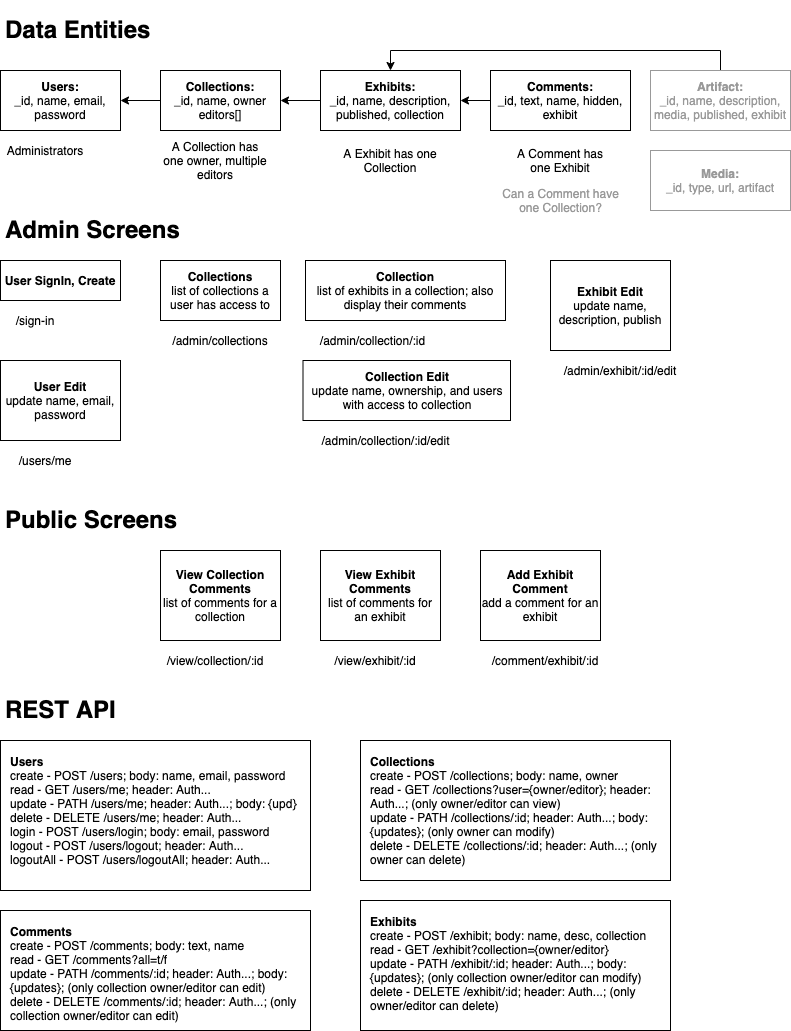
Earlier version of the draw.io export InteractiveExhibit-design.png (stellarjaydoc/architecture). Source tidied: cells renumbered, new cells last; positions are measured from the earlier drawing's top-left corner, leaving out a move shared by most shapes.
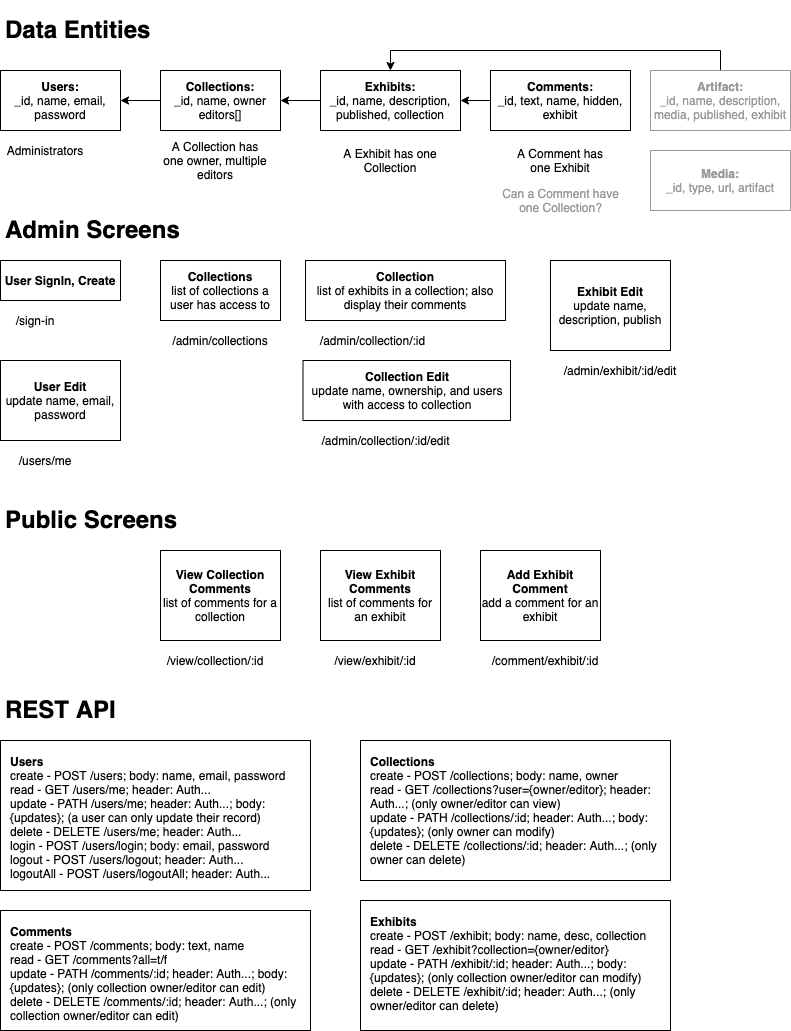
Later version of the same file.

Change to the diagram source:
```diff
@@ -113,7 +113,7 @@
     <mxCell id="38" value="&lt;b&gt;Media:&lt;/b&gt;&lt;br&gt;_id, type, url, artifact" style="rounded=0;whiteSpace=wrap;html=1;strokeColor=#999999;fontColor=#999999;" parent="1" vertex="1">
       <mxGeometry x="650" y="140" width="140" height="60" as="geometry" />
     </mxCell>
-    <mxCell id="39" value="&lt;b&gt;Users&lt;/b&gt;&lt;br&gt;create - POST /users; body: name, email, password&lt;br&gt;read - GET /users/me; header: Auth...&lt;br&gt;update - PATH /users/me; header: Auth...; body: {upd}&lt;br&gt;delete - DELETE /users/me; header: Auth...&lt;br&gt;login - POST /users/login; body: email, password&amp;nbsp;&lt;br&gt;logout - POST /users/logout;&amp;nbsp;header: Auth...&lt;br&gt;logoutAll - POST /users/logoutAll;&amp;nbsp;header: Auth..." style="rounded=0;whiteSpace=wrap;html=1;align=left;spacing=10;verticalAlign=top;" parent="1" vertex="1">
+    <mxCell id="39" value="&lt;b&gt;Users&lt;/b&gt;&lt;br&gt;create - POST /users; body: name, email, password&lt;br&gt;read - GET /users/me; header: Auth...&lt;br&gt;update - PATH /users/me; header: Auth...; body: {updates}; (a user can only update their record)&lt;br&gt;delete - DELETE /users/me; header: Auth...&lt;br&gt;login - POST /users/login; body: email, password&amp;nbsp;&lt;br&gt;logout - POST /users/logout;&amp;nbsp;header: Auth...&lt;br&gt;logoutAll - POST /users/logoutAll;&amp;nbsp;header: Auth..." style="rounded=0;whiteSpace=wrap;html=1;align=left;spacing=10;verticalAlign=top;" parent="1" vertex="1">
       <mxGeometry y="730" width="310" height="150" as="geometry" />
     </mxCell>
     <mxCell id="40" value="&lt;h1&gt;REST API&lt;/h1&gt;" style="text;html=1;strokeColor=none;fillColor=none;spacing=5;spacingTop=-20;whiteSpace=wrap;overflow=hidden;rounded=0;" parent="1" vertex="1">
```
